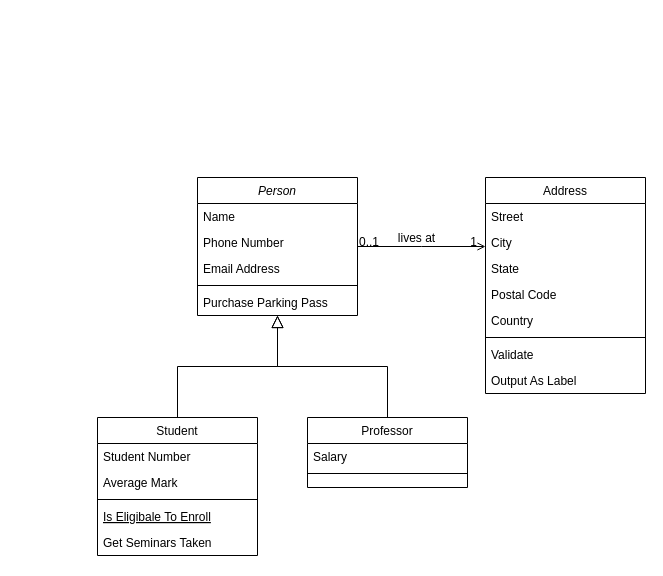
joxpg/TouresBalon keeps this draw.io diagram as page "Page-1" (1 of 3) of diagramas/Untitled Diagram.drawio. Above is the earlier version. Source tidied: cells renumbered, new cells numbered last; positions are measured from the earlier drawing's top-left corner, leaving out a move shared by most shapes. Both pictures are drawn from the tidied source at 100%, with x=0, y=0 at pixel (97, 177).
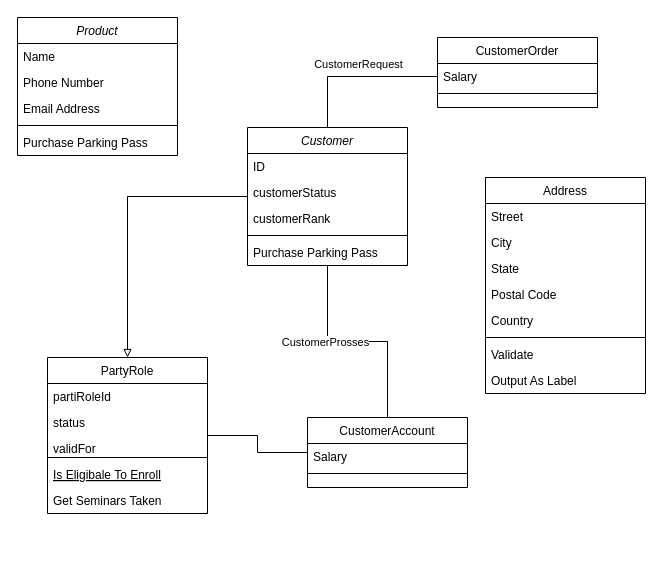
Above is the later version.

Unchanged cells that the change refers to:
```xml
<mxCell id="19" value="Address" style="swimlane;fontStyle=0;align=center;verticalAlign=top;horizontal=1;startSize=26;rounded=0;shadow=0;strokeWidth=1;" parent="1" vertex="1">
  <mxGeometry x="388" width="160" height="216" as="geometry" />
</mxCell>
```

Diff of the diagram source:
```diff
@@
+    <mxCell id="32" style="edgeStyle=orthogonalEdgeStyle;rounded=0;jettySize=auto;html=1;endArrow=block;endFill=0;" parent="1" edge="1" source="2" target="8">
+      <mxGeometry relative="1" as="geometry" />
+    </mxCell>
+    <mxCell id="33" style="edgeStyle=orthogonalEdgeStyle;rounded=0;jettySize=auto;html=1;endArrow=none;endFill=0;" parent="1" edge="1" source="2" target="15">
+      <mxGeometry relative="1" as="geometry" />
+    </mxCell>
+    <mxCell id="34" value="CustomerProsses" style="edgeLabel;html=1;align=center;verticalAlign=middle;" parent="33" vertex="1">
+      <mxGeometry x="-0.28" y="-3" relative="1" as="geometry">
+        <mxPoint x="-3" y="-3" as="offset" />
+      </mxGeometry>
+    </mxCell>
-    <mxCell id="2" value="Person" style="swimlane;fontStyle=2;align=center;verticalAlign=top;horizontal=1;startSize=26;rounded=0;shadow=0;strokeWidth=1;" parent="1" vertex="1">
-      <mxGeometry x="100" width="160" height="138" as="geometry" />
+    <mxCell id="2" value="Customer" style="swimlane;fontStyle=2;align=center;verticalAlign=top;horizontal=1;startSize=26;rounded=0;shadow=0;strokeWidth=1;" parent="1" vertex="1">
+      <mxGeometry x="150" y="-50" width="160" height="138" as="geometry" />
     </mxCell>
-    <mxCell id="3" value="Name" style="text;align=left;verticalAlign=top;spacingLeft=4;spacingRight=4;overflow=hidden;" parent="2" vertex="1">
+    <mxCell id="3" value="ID" style="text;align=left;verticalAlign=top;spacingLeft=4;spacingRight=4;overflow=hidden;" parent="2" vertex="1">
       <mxGeometry y="26" width="160" height="26" as="geometry" />
     </mxCell>
-    <mxCell id="4" value="Phone Number" style="text;align=left;verticalAlign=top;spacingLeft=4;spacingRight=4;overflow=hidden;rounded=0;shadow=0;html=0;" parent="2" vertex="1">
+    <mxCell id="4" value="customerStatus" style="text;align=left;verticalAlign=top;spacingLeft=4;spacingRight=4;overflow=hidden;rounded=0;shadow=0;html=0;" parent="2" vertex="1">
       <mxGeometry y="52" width="160" height="26" as="geometry" />
     </mxCell>
-    <mxCell id="5" value="Email Address" style="text;align=left;verticalAlign=top;spacingLeft=4;spacingRight=4;overflow=hidden;rounded=0;shadow=0;html=0;" parent="2" vertex="1">
+    <mxCell id="5" value="customerRank" style="text;align=left;verticalAlign=top;spacingLeft=4;spacingRight=4;overflow=hidden;rounded=0;shadow=0;html=0;" parent="2" vertex="1">
       <mxGeometry y="78" width="160" height="26" as="geometry" />
     </mxCell>
@@
-    <mxCell id="8" value="Student" style="swimlane;fontStyle=0;align=center;verticalAlign=top;horizontal=1;startSize=26;rounded=0;shadow=0;strokeWidth=1;" parent="1" vertex="1">
-      <mxGeometry y="240" width="160" height="138" as="geometry" />
+    <mxCell id="8" value="PartyRole" style="swimlane;fontStyle=0;align=center;verticalAlign=top;horizontal=1;startSize=26;rounded=0;shadow=0;strokeWidth=1;" parent="1" vertex="1">
+      <mxGeometry x="-50" y="180" width="160" height="156" as="geometry" />
     </mxCell>
-    <mxCell id="9" value="Student Number" style="text;align=left;verticalAlign=top;spacingLeft=4;spacingRight=4;overflow=hidden;" parent="8" vertex="1">
+    <mxCell id="9" value="partiRoleId" style="text;align=left;verticalAlign=top;spacingLeft=4;spacingRight=4;overflow=hidden;" parent="8" vertex="1">
       <mxGeometry y="26" width="160" height="26" as="geometry" />
     </mxCell>
-    <mxCell id="10" value="Average Mark" style="text;align=left;verticalAlign=top;spacingLeft=4;spacingRight=4;overflow=hidden;rounded=0;shadow=0;html=0;" parent="8" vertex="1">
+    <mxCell id="10" value="status" style="text;align=left;verticalAlign=top;spacingLeft=4;spacingRight=4;overflow=hidden;rounded=0;shadow=0;html=0;" parent="8" vertex="1">
       <mxGeometry y="52" width="160" height="26" as="geometry" />
     </mxCell>
+    <mxCell id="35" value="validFor" style="text;align=left;verticalAlign=top;spacingLeft=4;spacingRight=4;overflow=hidden;rounded=0;shadow=0;html=0;" parent="8" vertex="1">
+      <mxGeometry y="78" width="160" height="18" as="geometry" />
+    </mxCell>
     <mxCell id="11" style="line;html=1;strokeWidth=1;align=left;verticalAlign=middle;spacingTop=-1;spacingLeft=3;spacingRight=3;labelPosition=right;" parent="8" vertex="1">
-      <mxGeometry y="78" width="160" height="8" as="geometry" />
+      <mxGeometry y="96" width="160" height="8" as="geometry" />
     </mxCell>
     <mxCell id="12" value="Is Eligibale To Enroll" style="text;align=left;verticalAlign=top;spacingLeft=4;spacingRight=4;overflow=hidden;fontStyle=4;" parent="8" vertex="1">
-      <mxGeometry y="86" width="160" height="26" as="geometry" />
+      <mxGeometry y="104" width="160" height="26" as="geometry" />
     </mxCell>
     <mxCell id="13" value="Get Seminars Taken" style="text;align=left;verticalAlign=top;spacingLeft=4;spacingRight=4;overflow=hidden;" parent="8" vertex="1">
-      <mxGeometry y="112" width="160" height="26" as="geometry" />
+      <mxGeometry y="130" width="160" height="26" as="geometry" />
     </mxCell>
-    <mxCell id="14" style="endArrow=block;endSize=10;endFill=0;shadow=0;strokeWidth=1;rounded=0;edgeStyle=elbowEdgeStyle;elbow=vertical;" parent="1" edge="1" source="8" target="2">
-      <mxGeometry relative="1" as="geometry" />
-    </mxCell>
+    <mxCell id="36" style="edgeStyle=orthogonalEdgeStyle;rounded=0;jettySize=auto;html=1;endArrow=none;endFill=0;" parent="1" edge="1" source="15" target="8">
+      <mxGeometry relative="1" as="geometry" />
+    </mxCell>
-    <mxCell id="15" value="Professor" style="swimlane;fontStyle=0;align=center;verticalAlign=top;horizontal=1;startSize=26;rounded=0;shadow=0;strokeWidth=1;" parent="1" vertex="1">
+    <mxCell id="15" value="CustomerAccount" style="swimlane;fontStyle=0;align=center;verticalAlign=top;horizontal=1;startSize=26;rounded=0;shadow=0;strokeWidth=1;" parent="1" vertex="1">
       <mxGeometry x="210" y="240" width="160" height="70" as="geometry" />
     </mxCell>
@@
-    <mxCell id="18" style="endArrow=block;endSize=10;endFill=0;shadow=0;strokeWidth=1;rounded=0;edgeStyle=elbowEdgeStyle;elbow=vertical;" parent="1" edge="1" source="15" target="2">
-      <mxGeometry relative="1" as="geometry" />
-    </mxCell>
@@
-    <mxCell id="28" style="endArrow=open;shadow=0;strokeWidth=1;rounded=0;endFill=1;edgeStyle=elbowEdgeStyle;elbow=vertical;" parent="1" edge="1" source="2" target="19">
-      <mxGeometry x="0.5" y="41" relative="1" as="geometry">
-        <mxPoint x="-40" y="32" as="offset" />
-      </mxGeometry>
-    </mxCell>
-    <mxCell id="29" value="0..1" style="align=left;verticalAlign=bottom;labelBackgroundColor=none;fontSize=12;" parent="28" vertex="1">
-      <mxGeometry x="-1" relative="1" as="geometry">
-        <mxPoint y="4" as="offset" />
-      </mxGeometry>
-    </mxCell>
-    <mxCell id="30" value="1" style="align=right;verticalAlign=bottom;labelBackgroundColor=none;fontSize=12;" parent="28" vertex="1">
-      <mxGeometry x="1" relative="1" as="geometry">
-        <mxPoint x="-7" y="4" as="offset" />
-      </mxGeometry>
-    </mxCell>
-    <mxCell id="31" value="lives at" style="text;html=1;align=center;verticalAlign=middle;labelBackgroundColor=none;rounded=0;shadow=0;strokeWidth=1;fontSize=12;" parent="28" vertex="1">
-      <mxGeometry x="0.5" y="49" relative="1" as="geometry">
-        <mxPoint x="-38" y="40" as="offset" />
-      </mxGeometry>
-    </mxCell>
+    <mxCell id="37" value="Product" style="swimlane;fontStyle=2;align=center;verticalAlign=top;horizontal=1;startSize=26;rounded=0;shadow=0;strokeWidth=1;" parent="1" vertex="1">
+      <mxGeometry x="-80" y="-160" width="160" height="138" as="geometry" />
+    </mxCell>
+    <mxCell id="38" value="Name" style="text;align=left;verticalAlign=top;spacingLeft=4;spacingRight=4;overflow=hidden;" parent="37" vertex="1">
+      <mxGeometry y="26" width="160" height="26" as="geometry" />
+    </mxCell>
+    <mxCell id="39" value="Phone Number" style="text;align=left;verticalAlign=top;spacingLeft=4;spacingRight=4;overflow=hidden;rounded=0;shadow=0;html=0;" parent="37" vertex="1">
+      <mxGeometry y="52" width="160" height="26" as="geometry" />
+    </mxCell>
+    <mxCell id="40" value="Email Address" style="text;align=left;verticalAlign=top;spacingLeft=4;spacingRight=4;overflow=hidden;rounded=0;shadow=0;html=0;" parent="37" vertex="1">
+      <mxGeometry y="78" width="160" height="26" as="geometry" />
+    </mxCell>
+    <mxCell id="41" style="line;html=1;strokeWidth=1;align=left;verticalAlign=middle;spacingTop=-1;spacingLeft=3;spacingRight=3;labelPosition=right;" parent="37" vertex="1">
+      <mxGeometry y="104" width="160" height="8" as="geometry" />
+    </mxCell>
+    <mxCell id="42" value="Purchase Parking Pass" style="text;align=left;verticalAlign=top;spacingLeft=4;spacingRight=4;overflow=hidden;" parent="37" vertex="1">
+      <mxGeometry y="112" width="160" height="26" as="geometry" />
+    </mxCell>
+    <mxCell id="43" value="CustomerOrder" style="swimlane;fontStyle=0;align=center;verticalAlign=top;horizontal=1;startSize=26;rounded=0;shadow=0;strokeWidth=1;" parent="1" vertex="1">
+      <mxGeometry x="340" y="-140" width="160" height="70" as="geometry" />
+    </mxCell>
+    <mxCell id="44" value="Salary" style="text;align=left;verticalAlign=top;spacingLeft=4;spacingRight=4;overflow=hidden;points=[[0,0.5],[1,0.5]];portConstraint=eastwest;" parent="43" vertex="1">
+      <mxGeometry y="26" width="160" height="26" as="geometry" />
+    </mxCell>
+    <mxCell id="45" style="line;html=1;strokeWidth=1;align=left;verticalAlign=middle;spacingTop=-1;spacingLeft=3;spacingRight=3;labelPosition=right;" parent="43" vertex="1">
+      <mxGeometry y="52" width="160" height="8" as="geometry" />
+    </mxCell>
+    <mxCell id="46" style="edgeStyle=orthogonalEdgeStyle;rounded=0;jettySize=auto;html=1;endArrow=none;endFill=0;" parent="1" edge="1" source="44" target="2">
+      <mxGeometry relative="1" as="geometry" />
+    </mxCell>
+    <mxCell id="47" value="CustomerRequest" style="edgeLabel;html=1;align=center;verticalAlign=middle;" parent="46" vertex="1">
+      <mxGeometry x="-0.06" y="-2" relative="1" as="geometry">
+        <mxPoint x="-4" y="-11" as="offset" />
+      </mxGeometry>
+    </mxCell>
```
